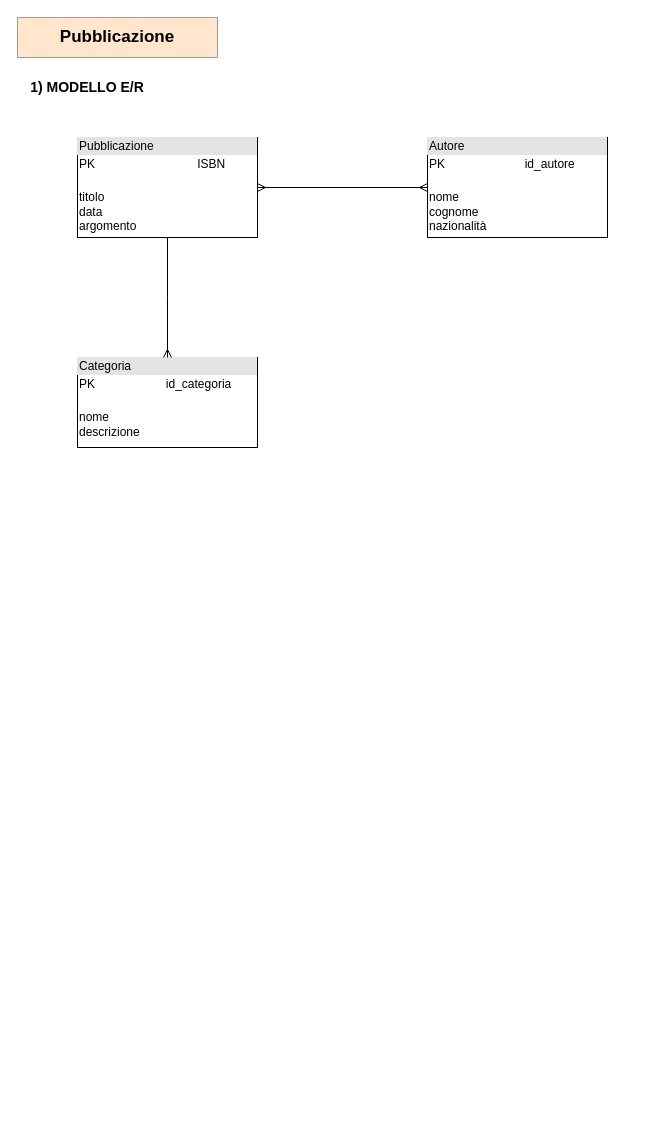
This is Pubblicazione.drawio from claudiaamorosi/eserciziInformatica, a draw.io file, before an edit. Source tidied: cells renumbered, new cells numbered last; positions are measured from the earlier drawing's top-left corner, leaving out a move shared by most shapes. Both pictures are drawn from the tidied source at 100%, with x=0, y=0 at pixel (17, 17).
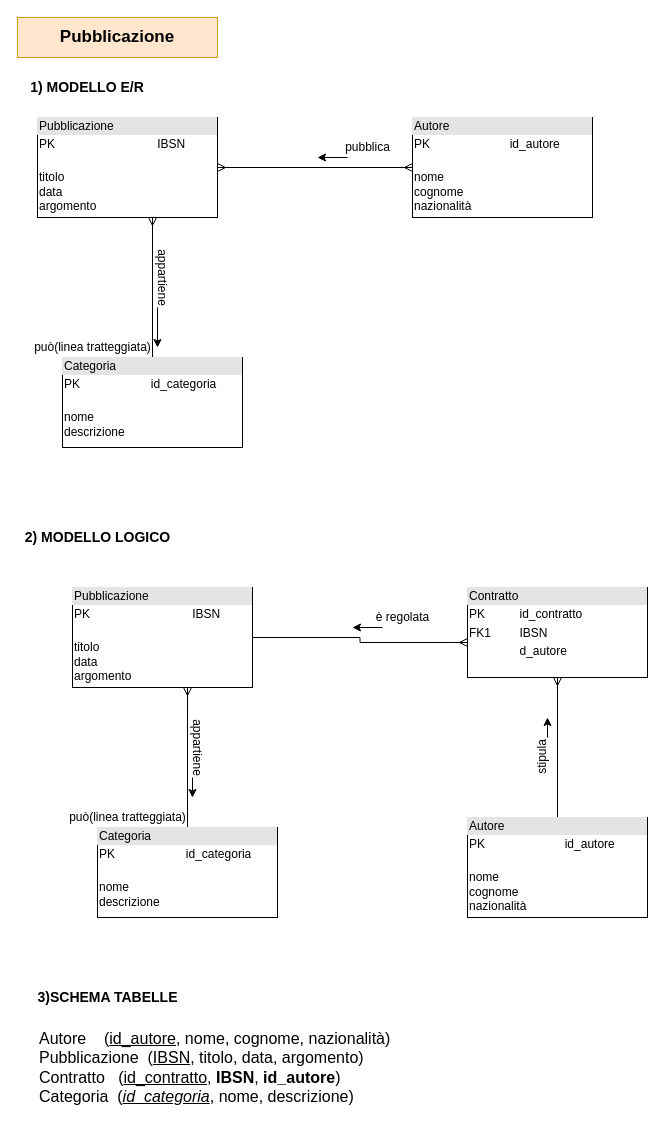
The same page after the edit.

Diff of the diagram source:
```diff
@@
+    <mxCell id="9" style="edgeStyle=orthogonalEdgeStyle;rounded=0;jettySize=auto;html=1;exitX=0.5;exitY=0;exitDx=0;exitDy=0;entryX=0.639;entryY=1;entryDx=0;entryDy=0;entryPerimeter=0;startArrow=none;startFill=0;endArrow=ERmany;endFill=0;" parent="1" edge="1" source="4" target="8">
+      <mxGeometry relative="1" as="geometry" />
+    </mxCell>
     <mxCell id="4" value="&lt;div style=&quot;box-sizing: border-box ; width: 100% ; background: #e4e4e4 ; padding: 2px&quot;&gt;Categoria&lt;/div&gt;&lt;table style=&quot;width: 100% ; font-size: 1em&quot; cellpadding=&quot;2&quot; cellspacing=&quot;0&quot;&gt;&lt;tbody&gt;&lt;tr&gt;&lt;td&gt;PK&lt;/td&gt;&lt;td&gt;id_categoria&lt;/td&gt;&lt;/tr&gt;&lt;tr&gt;&lt;td&gt;&lt;br&gt;nome&lt;br&gt;descrizione&lt;/td&gt;&lt;td&gt;&lt;br&gt;&lt;/td&gt;&lt;/tr&gt;&lt;tr&gt;&lt;td&gt;&lt;/td&gt;&lt;td&gt;&lt;br&gt;&lt;/td&gt;&lt;/tr&gt;&lt;/tbody&gt;&lt;/table&gt;" style="verticalAlign=top;align=left;overflow=fill;html=1;rounded=0;" parent="1" vertex="1">
-      <mxGeometry x="60" y="340" width="180" height="90" as="geometry" />
+      <mxGeometry x="45" y="340" width="180" height="90" as="geometry" />
     </mxCell>
     <mxCell id="5" value="&lt;div style=&quot;box-sizing: border-box ; width: 100% ; background: #e4e4e4 ; padding: 2px&quot;&gt;Autore&lt;/div&gt;&lt;table style=&quot;width: 100% ; font-size: 1em&quot; cellpadding=&quot;2&quot; cellspacing=&quot;0&quot;&gt;&lt;tbody&gt;&lt;tr&gt;&lt;td&gt;PK&lt;/td&gt;&lt;td&gt;id_autore&lt;/td&gt;&lt;/tr&gt;&lt;tr&gt;&lt;td&gt;&lt;br&gt;nome&lt;br&gt;cognome&lt;br&gt;nazionalità&lt;/td&gt;&lt;td&gt;&lt;br&gt;&lt;/td&gt;&lt;/tr&gt;&lt;tr&gt;&lt;td&gt;&lt;/td&gt;&lt;td&gt;&lt;br&gt;&lt;/td&gt;&lt;/tr&gt;&lt;/tbody&gt;&lt;/table&gt;" style="verticalAlign=top;align=left;overflow=fill;html=1;rounded=0;" parent="1" vertex="1">
-      <mxGeometry x="410" y="120" width="180" height="100" as="geometry" />
+      <mxGeometry x="395" y="100" width="180" height="100" as="geometry" />
     </mxCell>
-    <mxCell id="6" style="edgeStyle=orthogonalEdgeStyle;rounded=0;jettySize=auto;html=1;endArrow=ERmany;endFill=0;" parent="1" edge="1" source="8">
-      <mxGeometry relative="1" as="geometry">
-        <mxPoint x="150" y="340" as="targetPoint" />
-      </mxGeometry>
-    </mxCell>
@@
-    <mxCell id="8" value="&lt;div style=&quot;box-sizing: border-box ; width: 100% ; background: #e4e4e4 ; padding: 2px&quot;&gt;Pubblicazione&lt;/div&gt;&lt;table style=&quot;width: 100% ; font-size: 1em&quot; cellpadding=&quot;2&quot; cellspacing=&quot;0&quot;&gt;&lt;tbody&gt;&lt;tr&gt;&lt;td&gt;PK&lt;/td&gt;&lt;td&gt;ISBN&lt;/td&gt;&lt;/tr&gt;&lt;tr&gt;&lt;td&gt;&lt;br&gt;titolo&lt;br&gt;data&lt;br&gt;argomento&lt;/td&gt;&lt;td&gt;&lt;/td&gt;&lt;/tr&gt;&lt;/tbody&gt;&lt;/table&gt;" style="verticalAlign=top;align=left;overflow=fill;html=1;rounded=0;" parent="1" vertex="1">
-      <mxGeometry x="60" y="120" width="180" height="100" as="geometry" />
+    <mxCell id="8" value="&lt;div style=&quot;box-sizing: border-box ; width: 100% ; background: #e4e4e4 ; padding: 2px&quot;&gt;Pubblicazione&lt;/div&gt;&lt;table style=&quot;width: 100% ; font-size: 1em&quot; cellpadding=&quot;2&quot; cellspacing=&quot;0&quot;&gt;&lt;tbody&gt;&lt;tr&gt;&lt;td&gt;PK&lt;/td&gt;&lt;td&gt;IBSN&lt;/td&gt;&lt;/tr&gt;&lt;tr&gt;&lt;td&gt;&lt;br&gt;titolo&lt;br&gt;data&lt;br&gt;argomento&lt;/td&gt;&lt;td&gt;&lt;/td&gt;&lt;/tr&gt;&lt;/tbody&gt;&lt;/table&gt;" style="verticalAlign=top;align=left;overflow=fill;html=1;rounded=0;" parent="1" vertex="1">
+      <mxGeometry x="20" y="100" width="180" height="100" as="geometry" />
     </mxCell>
+    <mxCell id="10" value="pubblica" style="text;html=1;align=center;verticalAlign=middle;" parent="1" vertex="1">
+      <mxGeometry x="320" y="120" width="60" height="20" as="geometry" />
+    </mxCell>
+    <mxCell id="11" value="&lt;b&gt;&lt;font style=&quot;font-size: 14px&quot;&gt;2) MODELLO LOGICO&lt;/font&gt;&lt;/b&gt;" style="text;html=1;align=center;verticalAlign=middle;" parent="1" vertex="1">
+      <mxGeometry y="510" width="160" height="20" as="geometry" />
+    </mxCell>
+    <mxCell id="12" value="appartiene" style="text;html=1;align=center;verticalAlign=middle;rotation=90;" parent="1" vertex="1">
+      <mxGeometry x="110" y="250" width="70" height="20" as="geometry" />
+    </mxCell>
+    <mxCell id="13" style="endArrow=classic;html=1;" parent="1" edge="1">
+      <mxGeometry relative="1" as="geometry">
+        <mxPoint x="330" y="140" as="sourcePoint" />
+        <mxPoint x="300" y="140" as="targetPoint" />
+      </mxGeometry>
+    </mxCell>
+    <mxCell id="14" style="endArrow=classic;html=1;" parent="1" edge="1">
+      <mxGeometry relative="1" as="geometry">
+        <mxPoint x="140" y="290" as="sourcePoint" />
+        <mxPoint x="140" y="330" as="targetPoint" />
+      </mxGeometry>
+    </mxCell>
+    <mxCell id="15" value="può(linea tratteggiata)" style="text;html=1;align=center;verticalAlign=middle;rotation=0;" parent="1" vertex="1">
+      <mxGeometry x="10" y="320" width="130" height="20" as="geometry" />
+    </mxCell>
+    <mxCell id="16" style="edgeStyle=orthogonalEdgeStyle;rounded=0;jettySize=auto;html=1;exitX=0.5;exitY=0;exitDx=0;exitDy=0;entryX=0.639;entryY=1;entryDx=0;entryDy=0;entryPerimeter=0;startArrow=none;startFill=0;endArrow=ERmany;endFill=0;" parent="1" edge="1" source="17" target="21">
+      <mxGeometry relative="1" as="geometry" />
+    </mxCell>
+    <mxCell id="17" value="&lt;div style=&quot;box-sizing: border-box ; width: 100% ; background: #e4e4e4 ; padding: 2px&quot;&gt;Categoria&lt;/div&gt;&lt;table style=&quot;width: 100% ; font-size: 1em&quot; cellpadding=&quot;2&quot; cellspacing=&quot;0&quot;&gt;&lt;tbody&gt;&lt;tr&gt;&lt;td&gt;PK&lt;/td&gt;&lt;td&gt;id_categoria&lt;/td&gt;&lt;/tr&gt;&lt;tr&gt;&lt;td&gt;&lt;br&gt;nome&lt;br&gt;descrizione&lt;/td&gt;&lt;td&gt;&lt;br&gt;&lt;/td&gt;&lt;/tr&gt;&lt;tr&gt;&lt;td&gt;&lt;/td&gt;&lt;td&gt;&lt;br&gt;&lt;/td&gt;&lt;/tr&gt;&lt;/tbody&gt;&lt;/table&gt;" style="verticalAlign=top;align=left;overflow=fill;html=1;rounded=0;" parent="1" vertex="1">
+      <mxGeometry x="80" y="810" width="180" height="90" as="geometry" />
+    </mxCell>
+    <mxCell id="18" style="edgeStyle=orthogonalEdgeStyle;rounded=0;jettySize=auto;html=1;entryX=0.5;entryY=1;entryDx=0;entryDy=0;startArrow=none;startFill=0;endArrow=ERmany;endFill=0;" parent="1" edge="1" source="19" target="27">
+      <mxGeometry relative="1" as="geometry" />
+    </mxCell>
+    <mxCell id="19" value="&lt;div style=&quot;box-sizing: border-box ; width: 100% ; background: #e4e4e4 ; padding: 2px&quot;&gt;Autore&lt;/div&gt;&lt;table style=&quot;width: 100% ; font-size: 1em&quot; cellpadding=&quot;2&quot; cellspacing=&quot;0&quot;&gt;&lt;tbody&gt;&lt;tr&gt;&lt;td&gt;PK&lt;/td&gt;&lt;td&gt;id_autore&lt;/td&gt;&lt;/tr&gt;&lt;tr&gt;&lt;td&gt;&lt;br&gt;nome&lt;br&gt;cognome&lt;br&gt;nazionalità&lt;/td&gt;&lt;td&gt;&lt;br&gt;&lt;/td&gt;&lt;/tr&gt;&lt;tr&gt;&lt;td&gt;&lt;/td&gt;&lt;td&gt;&lt;br&gt;&lt;/td&gt;&lt;/tr&gt;&lt;/tbody&gt;&lt;/table&gt;" style="verticalAlign=top;align=left;overflow=fill;html=1;rounded=0;" parent="1" vertex="1">
+      <mxGeometry x="450" y="800" width="180" height="100" as="geometry" />
+    </mxCell>
+    <mxCell id="20" style="edgeStyle=orthogonalEdgeStyle;rounded=0;jettySize=auto;html=1;exitX=1;exitY=0.5;exitDx=0;exitDy=0;entryX=0;entryY=0.611;entryDx=0;entryDy=0;entryPerimeter=0;startArrow=none;startFill=0;endArrow=ERmany;endFill=0;" parent="1" edge="1" source="21" target="27">
+      <mxGeometry relative="1" as="geometry" />
+    </mxCell>
+    <mxCell id="21" value="&lt;div style=&quot;box-sizing: border-box ; width: 100% ; background: #e4e4e4 ; padding: 2px&quot;&gt;Pubblicazione&lt;/div&gt;&lt;table style=&quot;width: 100% ; font-size: 1em&quot; cellpadding=&quot;2&quot; cellspacing=&quot;0&quot;&gt;&lt;tbody&gt;&lt;tr&gt;&lt;td&gt;PK&lt;/td&gt;&lt;td&gt;IBSN&lt;/td&gt;&lt;/tr&gt;&lt;tr&gt;&lt;td&gt;&lt;br&gt;titolo&lt;br&gt;data&lt;br&gt;argomento&lt;/td&gt;&lt;td&gt;&lt;/td&gt;&lt;/tr&gt;&lt;/tbody&gt;&lt;/table&gt;" style="verticalAlign=top;align=left;overflow=fill;html=1;rounded=0;" parent="1" vertex="1">
+      <mxGeometry x="55" y="570" width="180" height="100" as="geometry" />
+    </mxCell>
+    <mxCell id="22" value="è regolata" style="text;html=1;align=center;verticalAlign=middle;" parent="1" vertex="1">
+      <mxGeometry x="350" y="590" width="70" height="20" as="geometry" />
+    </mxCell>
+    <mxCell id="23" value="appartiene" style="text;html=1;align=center;verticalAlign=middle;rotation=90;" parent="1" vertex="1">
+      <mxGeometry x="145" y="720" width="70" height="20" as="geometry" />
+    </mxCell>
+    <mxCell id="24" style="endArrow=classic;html=1;" parent="1" edge="1">
+      <mxGeometry relative="1" as="geometry">
+        <mxPoint x="365" y="610" as="sourcePoint" />
+        <mxPoint x="335" y="610" as="targetPoint" />
+      </mxGeometry>
+    </mxCell>
+    <mxCell id="25" style="endArrow=classic;html=1;" parent="1" edge="1">
+      <mxGeometry relative="1" as="geometry">
+        <mxPoint x="175" y="760" as="sourcePoint" />
+        <mxPoint x="175" y="780" as="targetPoint" />
+      </mxGeometry>
+    </mxCell>
+    <mxCell id="26" value="può(linea tratteggiata)" style="text;html=1;align=center;verticalAlign=middle;rotation=0;" parent="1" vertex="1">
+      <mxGeometry x="45" y="790" width="130" height="20" as="geometry" />
+    </mxCell>
+    <mxCell id="27" value="&lt;div style=&quot;box-sizing: border-box ; width: 100% ; background: #e4e4e4 ; padding: 2px&quot;&gt;Contratto&lt;/div&gt;&lt;table style=&quot;width: 100% ; font-size: 1em&quot; cellpadding=&quot;2&quot; cellspacing=&quot;0&quot;&gt;&lt;tbody&gt;&lt;tr&gt;&lt;td&gt;PK&lt;/td&gt;&lt;td&gt;id_contratto&lt;/td&gt;&lt;/tr&gt;&lt;tr&gt;&lt;td&gt;FK1&lt;/td&gt;&lt;td&gt;IBSN&lt;/td&gt;&lt;/tr&gt;&lt;tr&gt;&lt;td&gt;&lt;/td&gt;&lt;td&gt;d_autore&lt;/td&gt;&lt;/tr&gt;&lt;/tbody&gt;&lt;/table&gt;" style="verticalAlign=top;align=left;overflow=fill;html=1;rounded=0;" parent="1" vertex="1">
+      <mxGeometry x="450" y="570" width="180" height="90" as="geometry" />
+    </mxCell>
+    <mxCell id="28" value="stipula" style="text;html=1;align=center;verticalAlign=middle;rotation=270;" parent="1" vertex="1">
+      <mxGeometry x="500" y="730" width="50" height="20" as="geometry" />
+    </mxCell>
+    <mxCell id="29" style="endArrow=classic;html=1;" parent="1" edge="1">
+      <mxGeometry relative="1" as="geometry">
+        <mxPoint x="530" y="720" as="sourcePoint" />
+        <mxPoint x="530" y="700" as="targetPoint" />
+      </mxGeometry>
+    </mxCell>
+    <mxCell id="30" value="&lt;b&gt;&lt;font style=&quot;font-size: 14px&quot;&gt;3)SCHEMA TABELLE&lt;/font&gt;&lt;/b&gt;" style="text;html=1;align=center;verticalAlign=middle;" parent="1" vertex="1">
+      <mxGeometry x="10" y="970" width="160" height="20" as="geometry" />
+    </mxCell>
+    <mxCell id="31" value="&lt;span style=&quot;font-size: 16px&quot;&gt;Autore&amp;nbsp; &amp;nbsp; (&lt;u&gt;id_autore&lt;/u&gt;, nome, cognome, nazionalità)&lt;/span&gt;&lt;br style=&quot;font-size: 16px&quot;&gt;&lt;span style=&quot;font-size: 16px&quot;&gt;Pubblicazione&amp;nbsp; (&lt;u&gt;IBSN&lt;/u&gt;, titolo, data, argomento)&lt;/span&gt;&lt;br style=&quot;font-size: 16px&quot;&gt;&lt;span style=&quot;font-size: 16px&quot;&gt;Contratto&amp;nbsp; &amp;nbsp;(&lt;u&gt;id_contratto&lt;/u&gt;, &lt;b&gt;IBSN&lt;/b&gt;, &lt;b&gt;id_autore&lt;/b&gt;)&lt;/span&gt;&lt;br style=&quot;font-size: 16px&quot;&gt;&lt;span style=&quot;font-size: 16px&quot;&gt;Categoria&amp;nbsp; (&lt;i&gt;&lt;u&gt;id_categoria&lt;/u&gt;&lt;/i&gt;, nome, descrizione)&lt;/span&gt;" style="text;html=1;align=left;verticalAlign=middle;strokeWidth=1;fontStyle=0;fontSize=16;" parent="1" vertex="1">
+      <mxGeometry x="20" y="1010" width="370" height="80" as="geometry" />
+    </mxCell>
```
